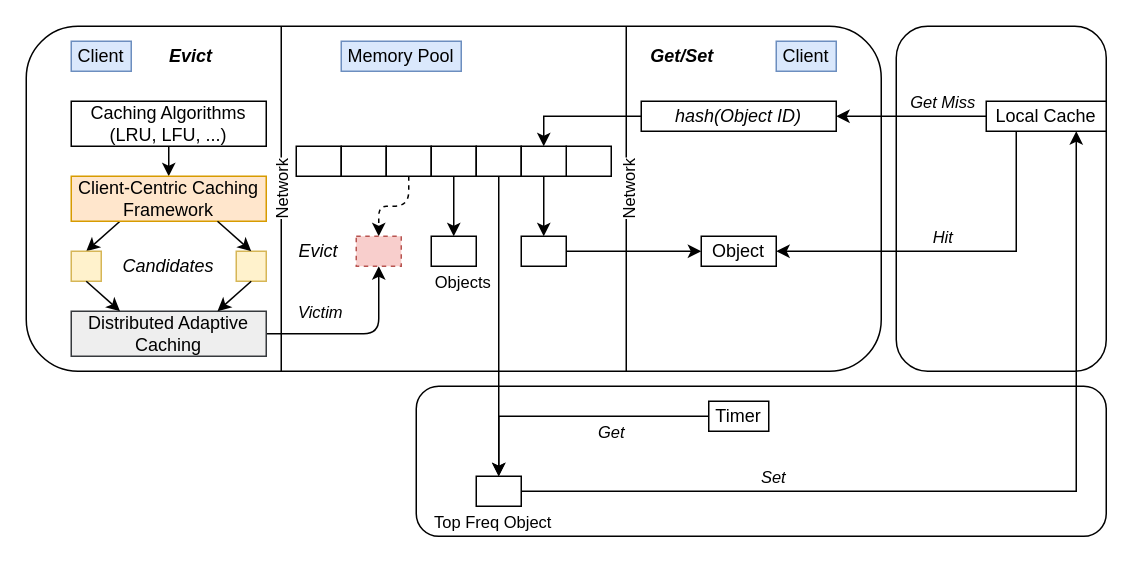
The draw.io diagram 未命名绘图.drawio in smileexpression/Ditto, before the edit. Source tidied: cells renumbered, new cells numbered last; positions are measured from the earlier drawing's top-left corner, leaving out a move shared by most shapes. Both pictures are drawn from the tidied source at 150%, with x=0, y=0 at pixel (26, 26).
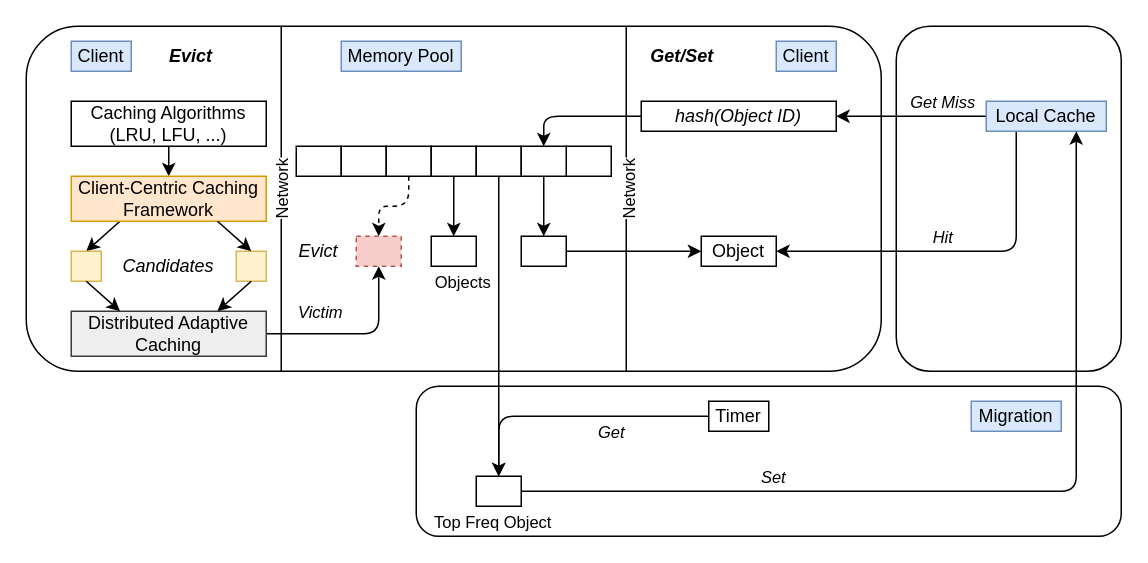
Above is the later version.

Unchanged cells that the change refers to:
```xml
<mxCell id="25" value="&lt;i&gt;hash(Object ID)&lt;/i&gt;" style="rounded=0;whiteSpace=wrap;html=1;" parent="1" vertex="1">
  <mxGeometry x="410" y="50" width="130" height="20" as="geometry" />
</mxCell>
<mxCell id="31" value="Object" style="rounded=0;whiteSpace=wrap;html=1;" parent="1" vertex="1">
  <mxGeometry x="450" y="140" width="50" height="20" as="geometry" />
</mxCell>
<mxCell id="41" style="rounded=0;whiteSpace=wrap;html=1;" parent="1" vertex="1">
  <mxGeometry x="330" y="80" width="30" height="20" as="geometry" />
</mxCell>
<mxCell id="48" style="rounded=0;whiteSpace=wrap;html=1;" parent="1" vertex="1">
  <mxGeometry x="300" y="300" width="30" height="20" as="geometry" />
</mxCell>
<mxCell id="51" value="Timer" style="rounded=0;whiteSpace=wrap;html=1;" parent="1" vertex="1">
  <mxGeometry x="455" y="250" width="40" height="20" as="geometry" />
</mxCell>
```

What changed in the source:
```diff
@@
     <mxCell id="2" style="rounded=1;whiteSpace=wrap;html=1;" parent="1" vertex="1">
-      <mxGeometry x="260" y="240" width="460" height="100" as="geometry" />
+      <mxGeometry x="260" y="240" width="470" height="100" as="geometry" />
     </mxCell>
     <mxCell id="3" style="rounded=1;whiteSpace=wrap;html=1;" parent="1" vertex="1">
-      <mxGeometry x="580" width="140" height="230" as="geometry" />
+      <mxGeometry x="580" width="150" height="230" as="geometry" />
     </mxCell>
@@
-    <mxCell id="24" style="edgeStyle=orthogonalEdgeStyle;rounded=0;jettySize=auto;html=1;exitX=0;exitY=0.5;exitDx=0;exitDy=0;entryX=0.5;entryY=0;entryDx=0;entryDy=0;" parent="1" edge="1" source="25" target="41">
+    <mxCell id="24" style="edgeStyle=orthogonalEdgeStyle;rounded=1;jettySize=auto;html=1;exitX=0;exitY=0.5;exitDx=0;exitDy=0;entryX=0.5;entryY=0;entryDx=0;entryDy=0;curved=0;" parent="1" edge="1" source="25" target="41">
       <mxGeometry relative="1" as="geometry" />
     </mxCell>
@@
-    <mxCell id="34" style="edgeStyle=orthogonalEdgeStyle;rounded=0;jettySize=auto;html=1;exitX=0.25;exitY=1;exitDx=0;exitDy=0;entryX=1;entryY=0.5;entryDx=0;entryDy=0;" parent="1" edge="1" source="36" target="31">
+    <mxCell id="34" style="edgeStyle=orthogonalEdgeStyle;rounded=1;jettySize=auto;html=1;exitX=0.25;exitY=1;exitDx=0;exitDy=0;entryX=1;entryY=0.5;entryDx=0;entryDy=0;curved=0;" parent="1" edge="1" source="36" target="31">
       <mxGeometry relative="1" as="geometry" />
     </mxCell>
@@
-    <mxCell id="36" value="Local Cache" style="rounded=0;whiteSpace=wrap;html=1;" parent="1" vertex="1">
+    <mxCell id="36" value="Local Cache" style="rounded=0;whiteSpace=wrap;html=1;fillColor=#dae8fc;strokeColor=#6c8ebf;" parent="1" vertex="1">
       <mxGeometry x="640" y="50" width="80" height="20" as="geometry" />
     </mxCell>
@@
-    <mxCell id="46" style="edgeStyle=orthogonalEdgeStyle;rounded=0;jettySize=auto;html=1;exitX=1;exitY=0.5;exitDx=0;exitDy=0;entryX=0.75;entryY=1;entryDx=0;entryDy=0;" parent="1" edge="1" source="48" target="36">
+    <mxCell id="46" style="edgeStyle=orthogonalEdgeStyle;rounded=1;jettySize=auto;html=1;exitX=1;exitY=0.5;exitDx=0;exitDy=0;entryX=0.75;entryY=1;entryDx=0;entryDy=0;curved=0;" parent="1" edge="1" source="48" target="36">
       <mxGeometry relative="1" as="geometry" />
     </mxCell>
@@
-    <mxCell id="49" style="edgeStyle=orthogonalEdgeStyle;rounded=0;jettySize=auto;html=1;exitX=0;exitY=0.5;exitDx=0;exitDy=0;entryX=0.5;entryY=0;entryDx=0;entryDy=0;" parent="1" edge="1" source="51" target="48">
+    <mxCell id="49" style="edgeStyle=orthogonalEdgeStyle;rounded=1;jettySize=auto;html=1;exitX=0;exitY=0.5;exitDx=0;exitDy=0;entryX=0.5;entryY=0;entryDx=0;entryDy=0;curved=0;" parent="1" edge="1" source="51" target="48">
       <mxGeometry relative="1" as="geometry" />
     </mxCell>
@@
+    <mxCell id="59" value="Migration" style="rounded=0;whiteSpace=wrap;html=1;fillColor=#dae8fc;strokeColor=#6c8ebf;" parent="1" vertex="1">
+      <mxGeometry x="630" y="250" width="60" height="20" as="geometry" />
+    </mxCell>
```
